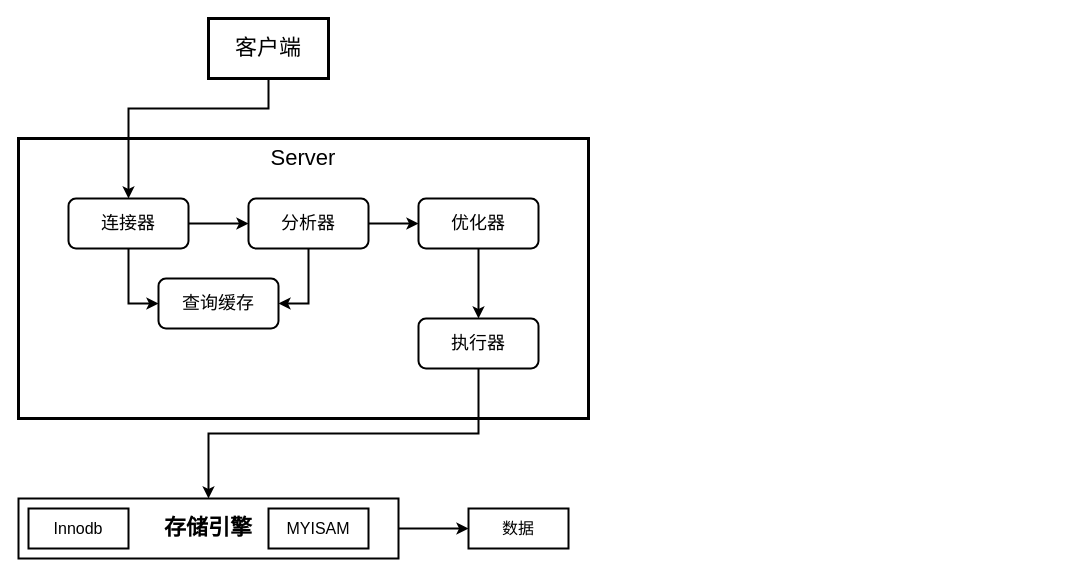
starzy1990/diagrams keeps this draw.io diagram as MySQL.drawio. Above is the earlier version. Source tidied: cells renumbered, new cells numbered last; positions are measured from the earlier drawing's top-left corner, leaving out a move shared by most shapes. Both pictures are drawn from the tidied source at 100%, with x=0, y=0 at pixel (18, 18).
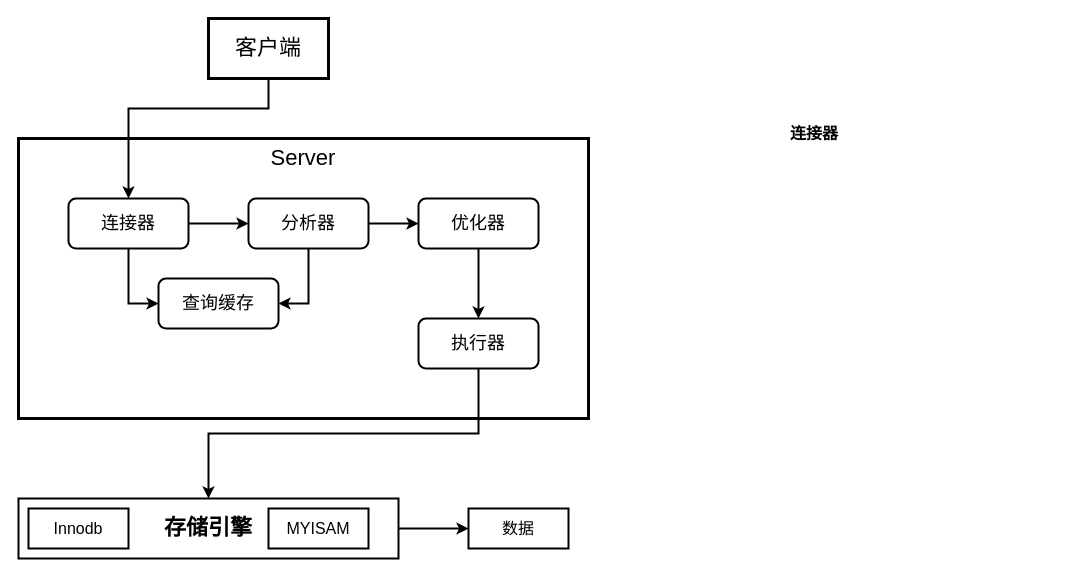
The same diagram, later.

What changed in the source:
```diff
@@
+    <mxCell id="21" value="&lt;b&gt;&lt;font style=&quot;font-size: 16px;&quot;&gt;连接器&lt;/font&gt;&lt;/b&gt;" style="text;html=1;strokeColor=none;fillColor=none;align=left;verticalAlign=middle;whiteSpace=wrap;rounded=0;" parent="1" vertex="1">
+      <mxGeometry x="770" y="100" width="270" height="30" as="geometry" />
+    </mxCell>
```
